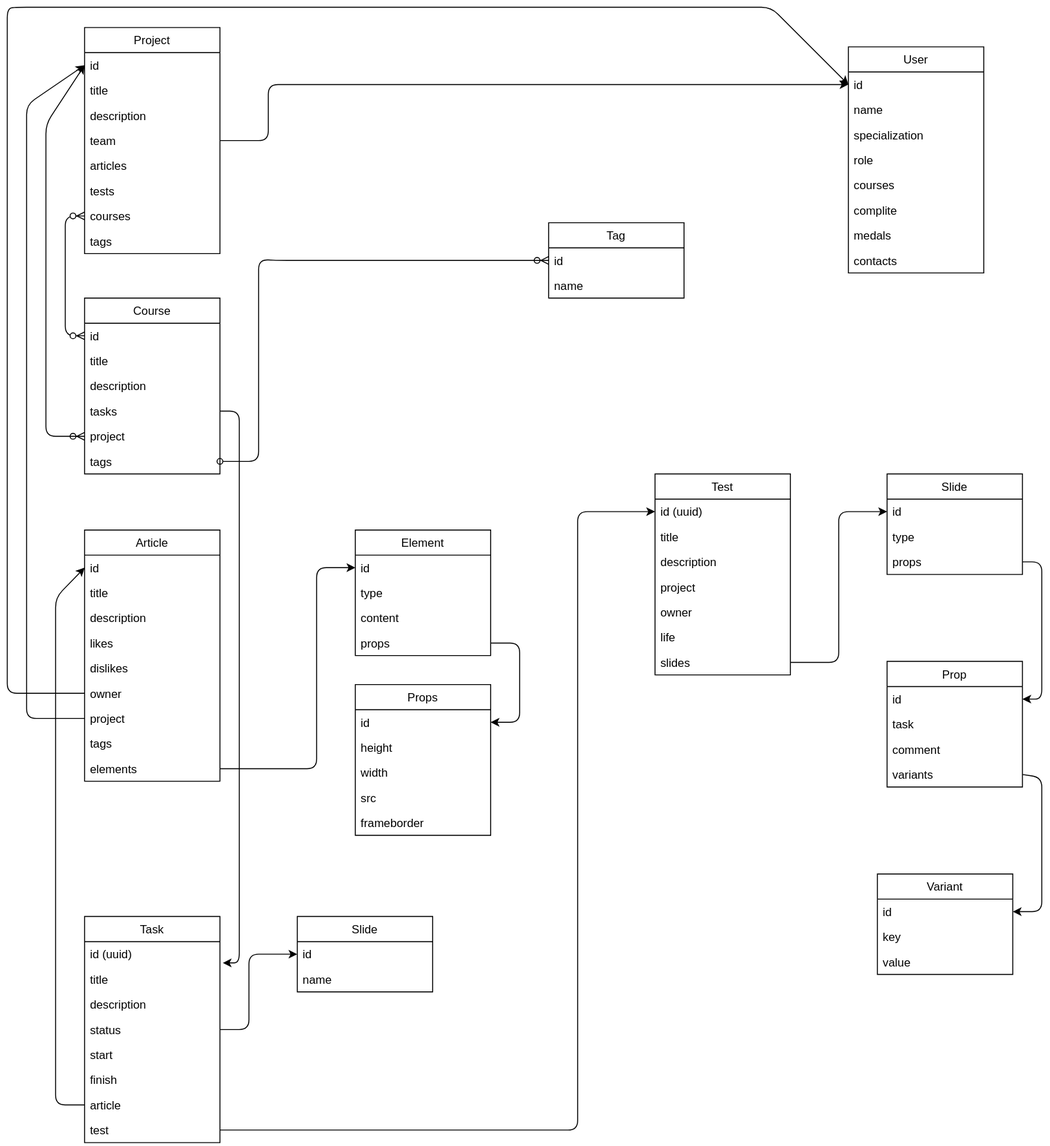
Above: api/scheme/sql.drawio.svg in chepuhasasha/wika (draw.io), before the change. Source tidied: cells renumbered, new cells last; positions are measured from the earlier drawing's top-left corner, leaving out a move shared by most shapes.
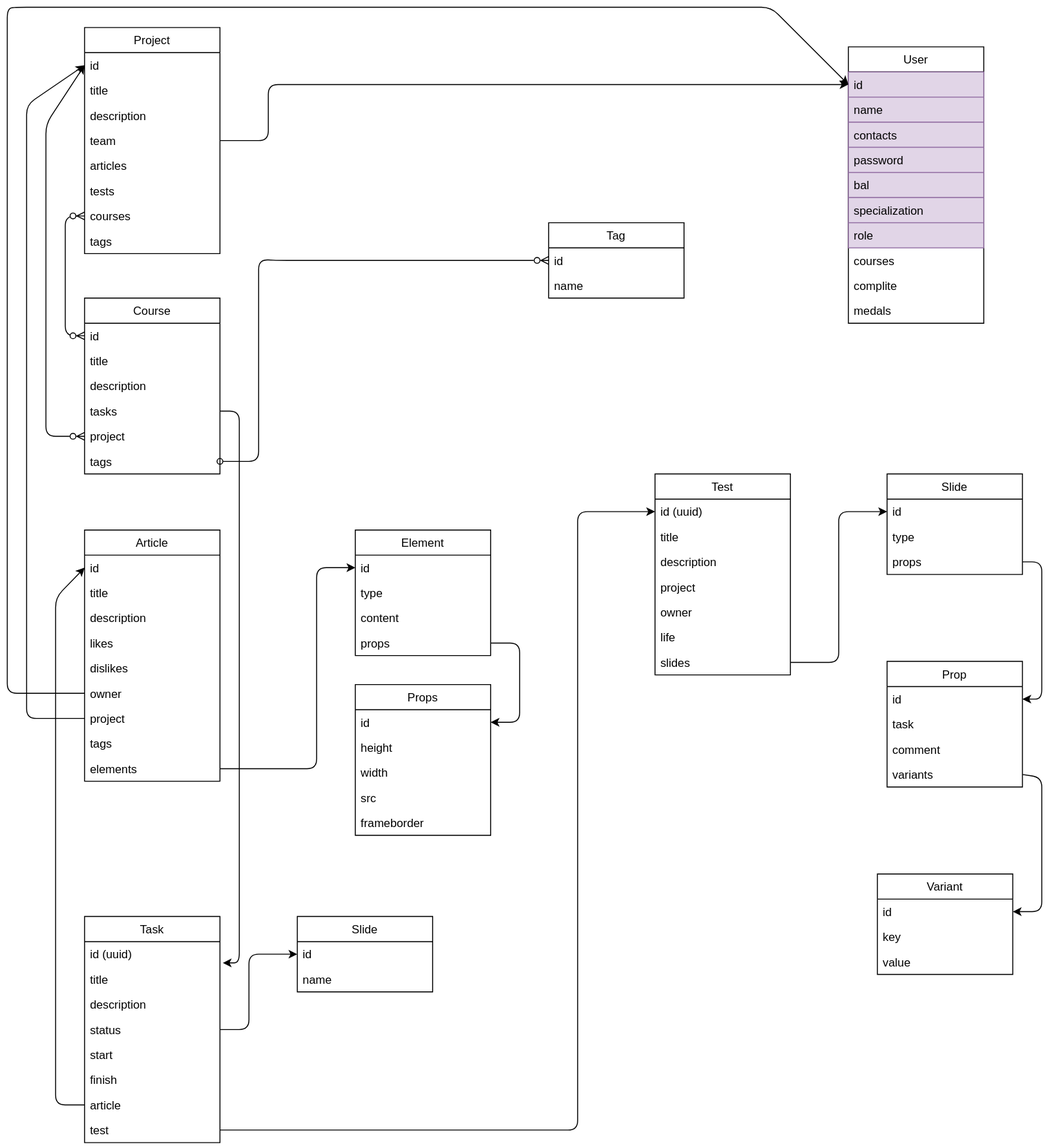
After the commit.

The edit, as a diff of the source:
```diff
@@ -3,32 +3,38 @@
     <mxCell id="0" />
     <mxCell id="1" parent="0" />
     <mxCell id="2" value="User" style="swimlane;fontStyle=0;horizontal=1;startSize=26;" parent="1" vertex="1">
-      <mxGeometry x="870" y="41" width="140" height="234" as="geometry" />
+      <mxGeometry x="870" y="41" width="140" height="286" as="geometry" />
     </mxCell>
-    <mxCell id="3" value="id" style="text;strokeColor=none;fillColor=none;align=left;verticalAlign=top;spacingLeft=4;spacingRight=4;overflow=hidden;points=[[0,0.5],[1,0.5]];portConstraint=eastwest;" parent="2" vertex="1">
+    <mxCell id="3" value="id" style="text;strokeColor=#9673a6;fillColor=#e1d5e7;align=left;verticalAlign=top;spacingLeft=4;spacingRight=4;overflow=hidden;points=[[0,0.5],[1,0.5]];portConstraint=eastwest;" parent="2" vertex="1">
       <mxGeometry y="26" width="140" height="26" as="geometry" />
     </mxCell>
-    <mxCell id="4" value="name" style="text;strokeColor=none;fillColor=none;align=left;verticalAlign=top;spacingLeft=4;spacingRight=4;overflow=hidden;" parent="2" vertex="1">
+    <mxCell id="4" value="name" style="text;strokeColor=#9673a6;fillColor=#e1d5e7;align=left;verticalAlign=top;spacingLeft=4;spacingRight=4;overflow=hidden;" parent="2" vertex="1">
       <mxGeometry y="52" width="140" height="26" as="geometry" />
     </mxCell>
+    <mxCell id="10" value="contacts" style="text;strokeColor=#9673a6;fillColor=#e1d5e7;align=left;verticalAlign=top;spacingLeft=4;spacingRight=4;overflow=hidden;" parent="2" vertex="1">
+      <mxGeometry y="78" width="140" height="26" as="geometry" />
+    </mxCell>
+    <mxCell id="99" value="password" style="text;strokeColor=#9673a6;fillColor=#e1d5e7;align=left;verticalAlign=top;spacingLeft=4;spacingRight=4;overflow=hidden;" parent="2" vertex="1">
+      <mxGeometry y="104" width="140" height="26" as="geometry" />
+    </mxCell>
+    <mxCell id="100" value="bal" style="text;strokeColor=#9673a6;fillColor=#e1d5e7;align=left;verticalAlign=top;spacingLeft=4;spacingRight=4;overflow=hidden;" parent="2" vertex="1">
+      <mxGeometry y="130" width="140" height="26" as="geometry" />
+    </mxCell>
-    <mxCell id="5" value="specialization" style="text;strokeColor=none;fillColor=none;align=left;verticalAlign=top;spacingLeft=4;spacingRight=4;overflow=hidden;" parent="2" vertex="1">
-      <mxGeometry y="78" width="140" height="26" as="geometry" />
+    <mxCell id="5" value="specialization" style="text;strokeColor=#9673a6;fillColor=#e1d5e7;align=left;verticalAlign=top;spacingLeft=4;spacingRight=4;overflow=hidden;" parent="2" vertex="1">
+      <mxGeometry y="156" width="140" height="26" as="geometry" />
     </mxCell>
-    <mxCell id="6" value="role" style="text;strokeColor=none;fillColor=none;align=left;verticalAlign=top;spacingLeft=4;spacingRight=4;overflow=hidden;" parent="2" vertex="1">
-      <mxGeometry y="104" width="140" height="26" as="geometry" />
+    <mxCell id="6" value="role" style="text;strokeColor=#9673a6;fillColor=#e1d5e7;align=left;verticalAlign=top;spacingLeft=4;spacingRight=4;overflow=hidden;" parent="2" vertex="1">
+      <mxGeometry y="182" width="140" height="26" as="geometry" />
     </mxCell>
     <mxCell id="7" value="courses" style="text;strokeColor=none;fillColor=none;align=left;verticalAlign=top;spacingLeft=4;spacingRight=4;overflow=hidden;" parent="2" vertex="1">
-      <mxGeometry y="130" width="140" height="26" as="geometry" />
+      <mxGeometry y="208" width="140" height="26" as="geometry" />
     </mxCell>
     <mxCell id="8" value="complite" style="text;strokeColor=none;fillColor=none;align=left;verticalAlign=top;spacingLeft=4;spacingRight=4;overflow=hidden;" parent="2" vertex="1">
-      <mxGeometry y="156" width="140" height="26" as="geometry" />
+      <mxGeometry y="234" width="140" height="26" as="geometry" />
     </mxCell>
     <mxCell id="9" value="medals" style="text;strokeColor=none;fillColor=none;align=left;verticalAlign=top;spacingLeft=4;spacingRight=4;overflow=hidden;" parent="2" vertex="1">
-      <mxGeometry y="182" width="140" height="26" as="geometry" />
+      <mxGeometry y="260" width="140" height="26" as="geometry" />
     </mxCell>
-    <mxCell id="10" value="contacts" style="text;strokeColor=none;fillColor=none;align=left;verticalAlign=top;spacingLeft=4;spacingRight=4;overflow=hidden;" parent="2" vertex="1">
-      <mxGeometry y="208" width="140" height="26" as="geometry" />
-    </mxCell>
     <mxCell id="11" value="Article" style="swimlane;fontStyle=0;horizontal=1;startSize=26;" parent="1" vertex="1">
       <mxGeometry x="80" y="541" width="140" height="260" as="geometry" />
     </mxCell>
```
